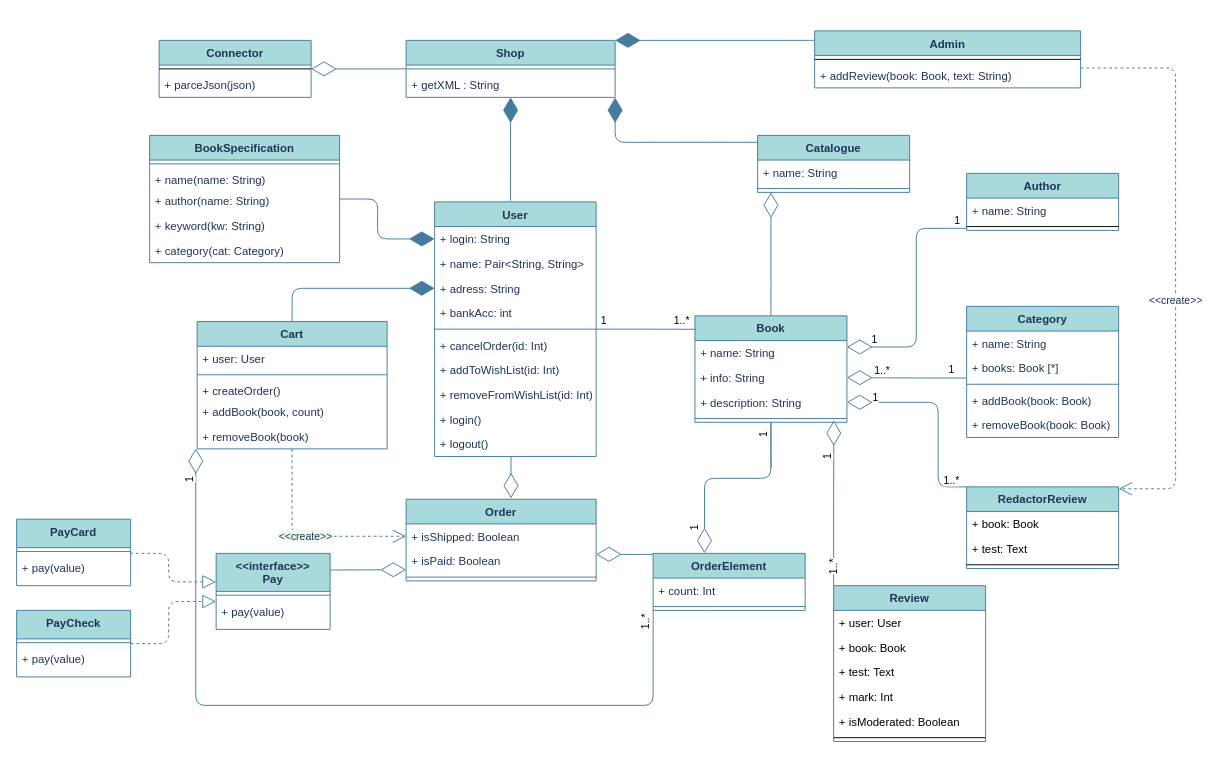
Before: src/main/java/com/chernokoz/docs/bookShop.drawio in chernokoz/BashSimpleInterpreter, a draw.io diagram. Source tidied: cells renumbered, new cells numbered last; positions are measured from the earlier drawing's top-left corner, leaving out a move shared by most shapes. Both pictures are drawn from the tidied source at 95%, with x=0, y=0 at pixel (16, 30).
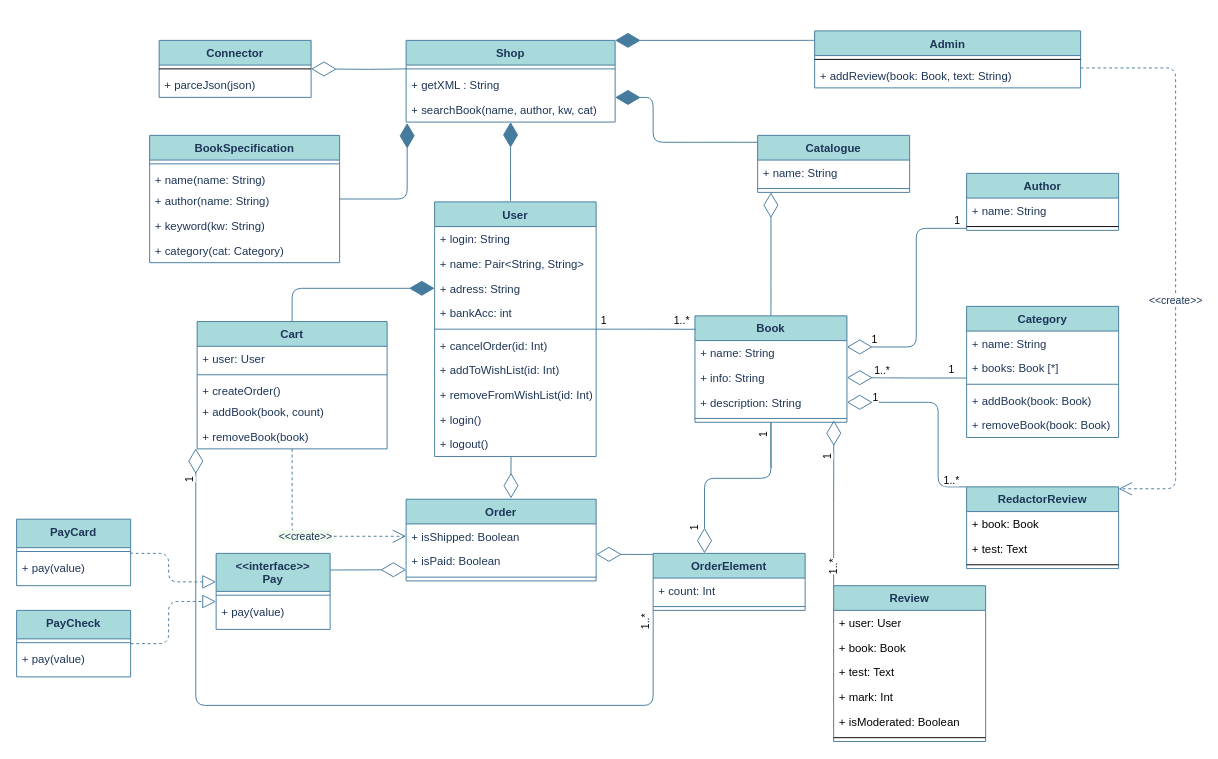
The same page after the edit.

Commit message (it also covers changes not shown here):
add search for book

Unchanged cells that the change refers to:
```xml
<mxCell id="8" value="+ getXML : String" style="text;strokeColor=none;fillColor=none;align=left;verticalAlign=top;spacingLeft=4;spacingRight=4;overflow=hidden;points=[[0,0.5],[1,0.5]];portConstraint=eastwest;fontColor=#1D3557;" parent="6" vertex="1">
  <mxGeometry y="34" width="220" height="26" as="geometry" />
</mxCell>
<mxCell id="30" value="+ login: String" style="text;strokeColor=none;fillColor=none;align=left;verticalAlign=top;spacingLeft=4;spacingRight=4;overflow=hidden;points=[[0,0.5],[1,0.5]];portConstraint=eastwest;fontColor=#1D3557;" parent="29" vertex="1">
  <mxGeometry y="26" width="170" height="26" as="geometry" />
</mxCell>
<mxCell id="102" value="Connector" style="swimlane;fontStyle=1;align=center;verticalAlign=top;horizontal=1;startSize=26;strokeColor=#457B9D;fillColor=#A8DADC;fontColor=#1D3557;" parent="1" vertex="1">
  <mxGeometry x="150" y="10" width="160" height="60" as="geometry" />
</mxCell>
<mxCell id="105" value="Catalogue" style="swimlane;fontStyle=1;align=center;verticalAlign=top;horizontal=1;startSize=26;fillColor=#A8DADC;strokeColor=#457B9D;fontColor=#1D3557;" parent="1" vertex="1">
  <mxGeometry x="780" y="110" width="160" height="60" as="geometry" />
</mxCell>
<mxCell id="109" value="BookSpecification" style="swimlane;fontStyle=1;align=center;verticalAlign=top;horizontal=1;startSize=26;fillColor=#A8DADC;strokeColor=#457B9D;fontColor=#1D3557;" parent="1" vertex="1">
  <mxGeometry x="140" y="110" width="200" height="134" as="geometry" />
</mxCell>
```

What changed in the source:
```diff
@@
     <mxCell id="5" style="edgeStyle=orthogonalEdgeStyle;curved=0;rounded=1;jettySize=auto;html=1;exitX=-0.004;exitY=0.121;exitDx=0;exitDy=0;entryX=1;entryY=1.003;entryDx=0;entryDy=0;entryPerimeter=0;strokeColor=#457B9D;fontColor=#1D3557;exitPerimeter=0;labelBackgroundColor=#F1FAEE;endFill=1;endArrow=diamondThin;endSize=24;" parent="1" edge="1" source="105" target="8">
-      <mxGeometry relative="1" as="geometry" />
+      <mxGeometry relative="1" as="geometry">
+        <Array as="points">
+          <mxPoint x="670" y="117" />
+          <mxPoint x="670" y="70" />
+        </Array>
+      </mxGeometry>
     </mxCell>
     <mxCell id="6" value="Shop" style="swimlane;fontStyle=1;align=center;verticalAlign=top;horizontal=1;startSize=26;fillColor=#A8DADC;strokeColor=#457B9D;fontColor=#1D3557;" parent="1" vertex="1">
-      <mxGeometry x="410" y="10" width="220" height="60" as="geometry" />
+      <mxGeometry x="410" y="10" width="220" height="86" as="geometry" />
     </mxCell>
@@
+    <mxCell id="115" value="+ searchBook(name, author, kw, cat)" style="text;strokeColor=none;fillColor=none;align=left;verticalAlign=top;spacingLeft=4;spacingRight=4;overflow=hidden;points=[[0,0.5],[1,0.5]];portConstraint=eastwest;fontColor=#1D3557;" parent="6" vertex="1">
+      <mxGeometry y="60" width="220" height="26" as="geometry" />
+    </mxCell>
@@
-    <mxCell id="101" style="edgeStyle=orthogonalEdgeStyle;jettySize=auto;html=1;exitX=0;exitY=0.5;exitDx=0;exitDy=0;entryX=1;entryY=0.5;entryDx=0;entryDy=0;endArrow=diamondThin;strokeColor=#457B9D;fontColor=#1D3557;align=center;labelBackgroundColor=#F1FAEE;endFill=0;endSize=24;" parent="1" edge="1" source="6" target="102">
-      <mxGeometry relative="1" as="geometry" />
+    <mxCell id="101" style="edgeStyle=orthogonalEdgeStyle;jettySize=auto;html=1;entryX=1;entryY=0.5;entryDx=0;entryDy=0;endArrow=diamondThin;strokeColor=#457B9D;fontColor=#1D3557;align=center;labelBackgroundColor=#F1FAEE;endFill=0;endSize=24;" parent="1" edge="1" target="102">
+      <mxGeometry relative="1" as="geometry">
+        <mxPoint x="411" y="40" as="sourcePoint" />
+      </mxGeometry>
     </mxCell>
@@
-    <mxCell id="108" style="edgeStyle=orthogonalEdgeStyle;jettySize=auto;html=1;exitX=1;exitY=0.5;exitDx=0;exitDy=0;entryX=0;entryY=0.5;entryDx=0;entryDy=0;endArrow=diamondThin;strokeColor=#457B9D;fontColor=#1D3557;align=center;labelBackgroundColor=#F1FAEE;endFill=1;endSize=24;" parent="1" edge="1" source="109" target="30">
-      <mxGeometry relative="1" as="geometry" />
+    <mxCell id="108" style="edgeStyle=orthogonalEdgeStyle;jettySize=auto;html=1;exitX=1;exitY=0.5;exitDx=0;exitDy=0;entryX=0.005;entryY=1.038;entryDx=0;entryDy=0;endArrow=diamondThin;strokeColor=#457B9D;fontColor=#1D3557;align=center;labelBackgroundColor=#F1FAEE;endFill=1;endSize=24;entryPerimeter=0;" parent="1" edge="1" source="109" target="115">
+      <mxGeometry relative="1" as="geometry">
+        <Array as="points">
+          <mxPoint x="411" y="177" />
+        </Array>
+      </mxGeometry>
     </mxCell>
```
